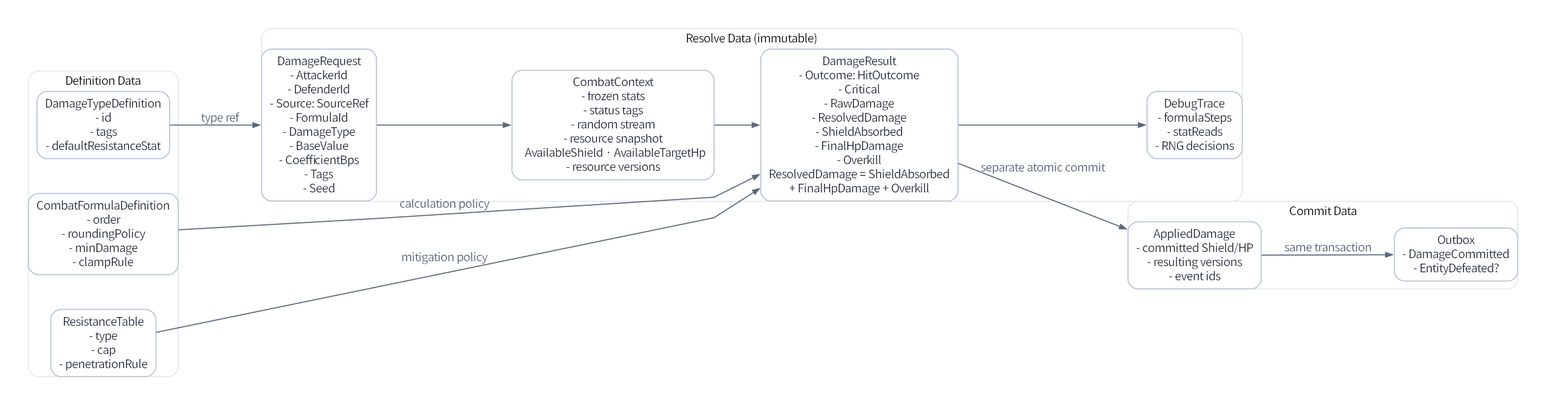
Above: assets/diagrams/25_combat_data_model_diagram.png in JY-LemongO/game-system-framework-knowledge-site (Graphviz), before the change. Its source is kept beside it as source/diagrams/25_combat_data_model_diagram.dot.
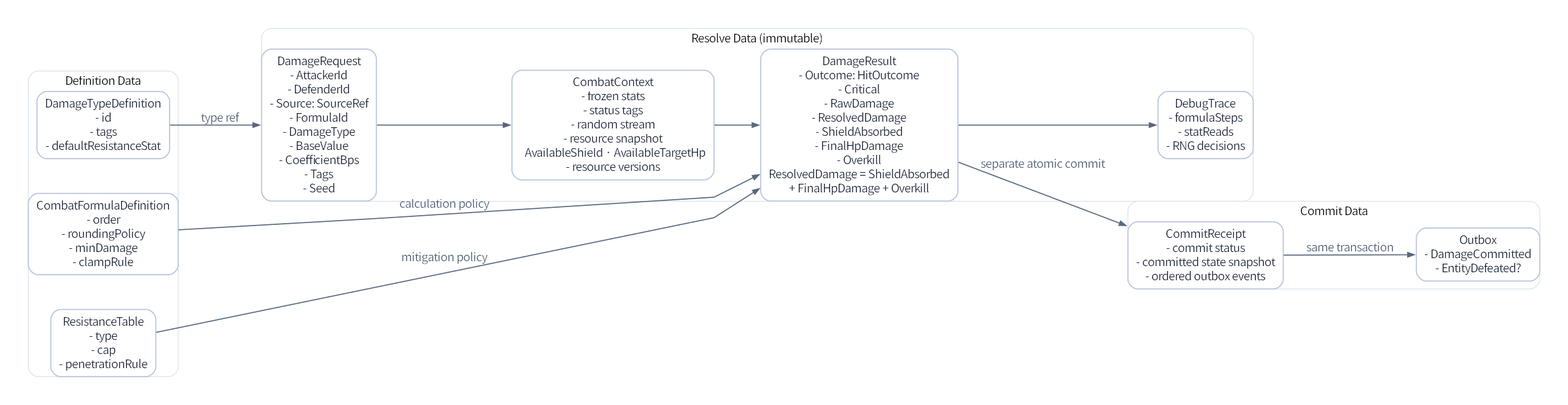
After the change.

The edit, as a diff of the source:
```diff
@@ -16,7 +16,7 @@
     DebugTrace [label="DebugTrace\n- formulaSteps\n- statReads\n- RNG decisions"];
   }
   subgraph cluster_commit { label="Commit Data"; color="#dbe3ef"; style="rounded";
-    AppliedDamage [label="AppliedDamage\n- committed Shield/HP\n- resulting versions\n- event ids"];
+    CommitReceipt [label="CommitReceipt\n- commit status\n- committed state snapshot\n- ordered outbox events"];
     Outbox [label="Outbox\n- DamageCommitted\n- EntityDefeated?"];
   }
 
@@ -24,6 +24,6 @@
   CombatFormulaDefinition -> DamageResult [label="calculation policy"];
   ResistanceTable -> DamageResult [label="mitigation policy"];
   DamageRequest -> CombatContext -> DamageResult -> DebugTrace;
-  DamageResult -> AppliedDamage [label="separate atomic commit"];
-  AppliedDamage -> Outbox [label="same transaction"];
+  DamageResult -> CommitReceipt [label="separate atomic commit"];
+  CommitReceipt -> Outbox [label="same transaction"];
 }
```
